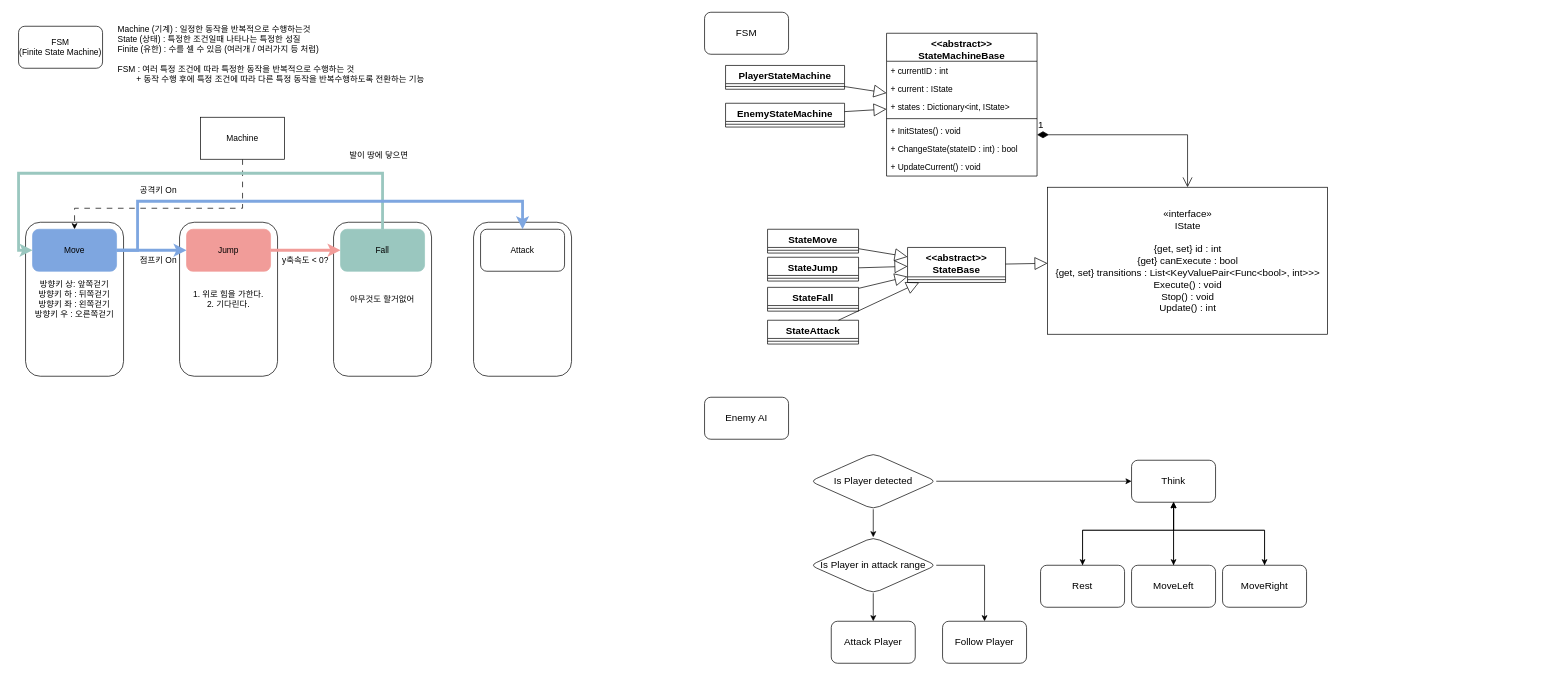
Earlier version of the draw.io diagram Platformer2D/Concept.drawio (luke-youngmin-cho/UnityEngineBasic_6th). Source tidied: cells renumbered, new cells numbered last; positions are measured from the earlier drawing's top-left corner, leaving out a move shared by most shapes. Both pictures are drawn from the tidied source at 70%, with x=0, y=0 at pixel (18, 12).
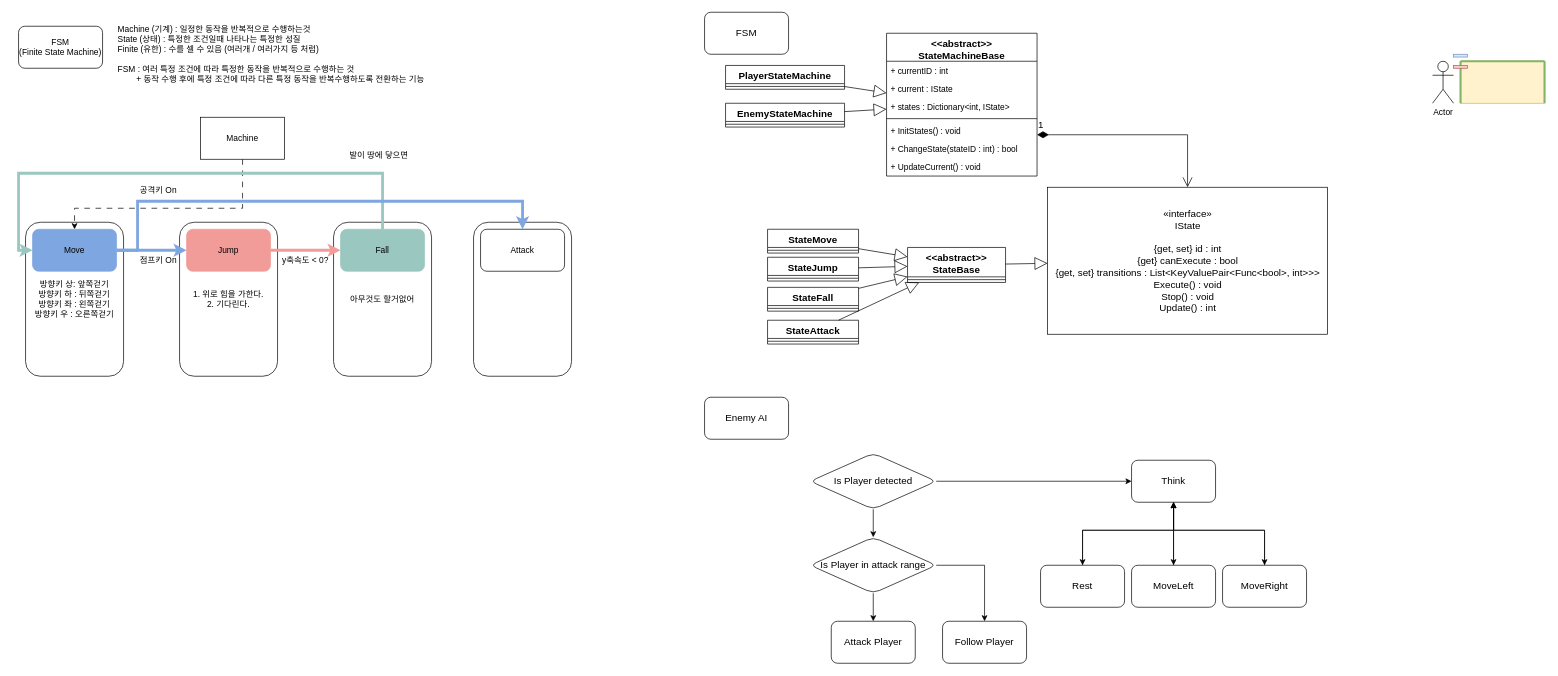
The same page after the edit.

The edit, as a diff of the source:
```diff
@@
+    <mxCell id="73" style="rounded=0;whiteSpace=wrap;html=1;fillColor=#fff2cc;strokeColor=#d6b656;" parent="1" vertex="1">
+      <mxGeometry x="2060" y="70" width="120" height="60" as="geometry" />
+    </mxCell>
+    <mxCell id="74" style="endArrow=none;html=1;rounded=0;exitX=0;exitY=1;exitDx=0;exitDy=0;entryX=0;entryY=0;entryDx=0;entryDy=0;fillColor=#d5e8d4;strokeColor=#82b366;strokeWidth=3;" parent="1" edge="1" source="73" target="73">
+      <mxGeometry relative="1" as="geometry" />
+    </mxCell>
+    <mxCell id="75" style="endArrow=none;html=1;rounded=0;exitX=0;exitY=0;exitDx=0;exitDy=0;entryX=1;entryY=0;entryDx=0;entryDy=0;strokeWidth=3;fillColor=#d5e8d4;strokeColor=#82b366;" parent="1" edge="1" source="73" target="73">
+      <mxGeometry relative="1" as="geometry" />
+    </mxCell>
+    <mxCell id="76" style="endArrow=none;html=1;rounded=0;exitX=1;exitY=1;exitDx=0;exitDy=0;strokeWidth=3;fillColor=#d5e8d4;strokeColor=#82b366;" parent="1" edge="1" source="73">
+      <mxGeometry relative="1" as="geometry">
+        <mxPoint x="2180" y="70" as="targetPoint" />
+      </mxGeometry>
+    </mxCell>
+    <mxCell id="77" value="Actor" style="shape=umlActor;verticalLabelPosition=bottom;verticalAlign=top;html=1;" parent="1" vertex="1">
+      <mxGeometry x="2020" y="70" width="30" height="60" as="geometry" />
+    </mxCell>
+    <mxCell id="78" style="rounded=0;whiteSpace=wrap;html=1;fillColor=#f8cecc;strokeColor=#b85450;" parent="1" vertex="1">
+      <mxGeometry x="2050" y="76" width="20" height="4" as="geometry" />
+    </mxCell>
+    <mxCell id="79" style="rounded=0;whiteSpace=wrap;html=1;fillColor=#dae8fc;strokeColor=#6c8ebf;" parent="1" vertex="1">
+      <mxGeometry x="2050" y="60" width="20" height="4" as="geometry" />
+    </mxCell>
```
